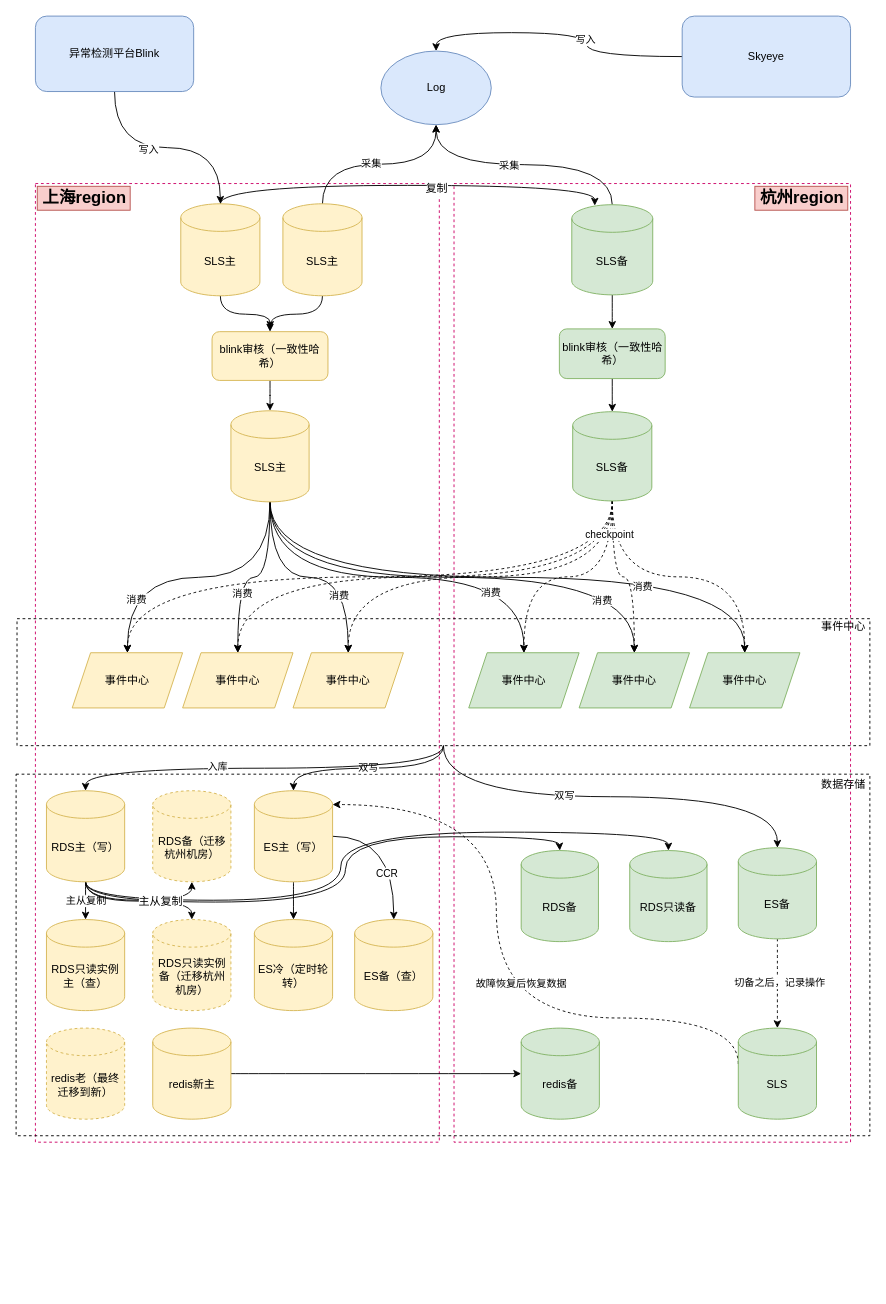
This is Untitled Diagram.drawio from vvangshaopeng/Test, a draw.io file, before an edit. Source tidied: cells renumbered, new cells numbered last; positions are measured from the earlier drawing's top-left corner, leaving out a move shared by most shapes. Both pictures are drawn from the tidied source at 92%, with x=0, y=0 at pixel (16, 16).
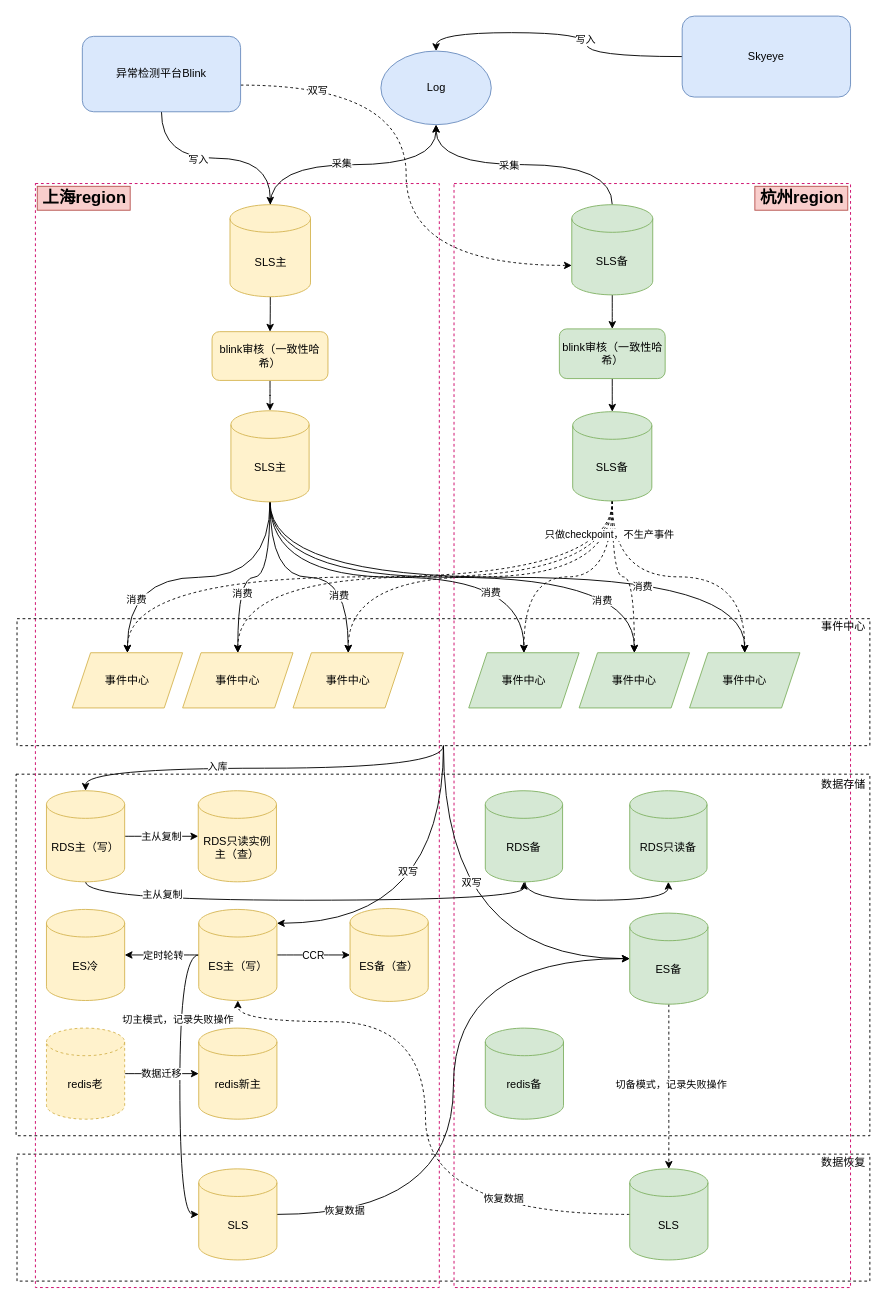
Above is the later version.

Commit message:
事件中心多单元.drawio

Unchanged cells that the change refers to:
```xml
<mxCell id="12" value="SLS备" style="shape=cylinder3;whiteSpace=wrap;html=1;boundedLbl=1;backgroundOutline=1;size=15;fillColor=#d5e8d4;strokeColor=#82b366;" parent="1" vertex="1">
  <mxGeometry x="604" y="205" width="88" height="98" as="geometry" />
</mxCell>
<mxCell id="42" style="edgeStyle=orthogonalEdgeStyle;curved=1;rounded=0;jettySize=auto;html=1;dashed=1;strokeWidth=1;exitX=0.5;exitY=1;exitDx=0;exitDy=0;exitPerimeter=0;" parent="1" edge="1" source="44" target="50">
  <mxGeometry relative="1" as="geometry" />
</mxCell>
<mxCell id="67" style="rounded=0;whiteSpace=wrap;html=1;fillColor=none;dashed=1;" parent="1" vertex="1">
  <mxGeometry x="1" y="655" width="927" height="138" as="geometry" />
</mxCell>
<mxCell id="72" style="edgeStyle=orthogonalEdgeStyle;curved=1;rounded=0;jettySize=auto;html=1;strokeWidth=1;" parent="1" edge="1" source="73" target="76">
  <mxGeometry relative="1" as="geometry" />
</mxCell>
```

Diff of the diagram source:
```diff
@@
+    <mxCell id="4" style="rounded=0;whiteSpace=wrap;html=1;fillColor=none;dashed=1;" parent="1" vertex="1">
+      <mxGeometry y="824" width="928" height="393" as="geometry" />
+    </mxCell>
+    <mxCell id="94" style="rounded=0;whiteSpace=wrap;html=1;fillColor=none;dashed=1;" parent="1" vertex="1">
+      <mxGeometry x="1" y="1237" width="927" height="138" as="geometry" />
+    </mxCell>
     <mxCell id="2" style="rounded=0;whiteSpace=wrap;html=1;fillColor=none;dashed=1;strokeColor=#CC0066;" parent="1" vertex="1">
-      <mxGeometry x="476" y="182" width="431" height="1042" as="geometry" />
+      <mxGeometry x="476" y="182" width="431" height="1200" as="geometry" />
     </mxCell>
     <mxCell id="3" style="rounded=0;whiteSpace=wrap;html=1;fillColor=none;dashed=1;strokeColor=#CC0066;" parent="1" vertex="1">
-      <mxGeometry x="21" y="182" width="439" height="1042" as="geometry" />
+      <mxGeometry x="21" y="182" width="439" height="1200" as="geometry" />
     </mxCell>
-    <mxCell id="4" style="rounded=0;whiteSpace=wrap;html=1;fillColor=none;dashed=1;" parent="1" vertex="1">
-      <mxGeometry y="824" width="928" height="393" as="geometry" />
-    </mxCell>
@@
     <mxCell id="8" value="SLS主" style="shape=cylinder3;whiteSpace=wrap;html=1;boundedLbl=1;backgroundOutline=1;size=15;fillColor=#fff2cc;strokeColor=#d6b656;" parent="1" vertex="1">
-      <mxGeometry x="290" y="204" width="86" height="100" as="geometry" />
+      <mxGeometry x="232.5" y="205" width="87.5" height="100" as="geometry" />
     </mxCell>
@@
-    <mxCell id="13" style="edgeStyle=orthogonalEdgeStyle;curved=1;rounded=0;jettySize=auto;html=1;entryX=0.5;entryY=0;entryDx=0;entryDy=0;entryPerimeter=0;" parent="1" edge="1" source="15" target="88">
+    <mxCell id="13" style="edgeStyle=orthogonalEdgeStyle;curved=1;rounded=0;jettySize=auto;html=1;entryX=0.5;entryY=0;entryDx=0;entryDy=0;entryPerimeter=0;exitX=0.5;exitY=1;exitDx=0;exitDy=0;" parent="1" edge="1" source="15" target="8">
       <mxGeometry relative="1" as="geometry" />
     </mxCell>
@@
+    <mxCell id="95" style="edgeStyle=orthogonalEdgeStyle;curved=1;rounded=0;jettySize=auto;html=1;entryX=0;entryY=0;entryDx=0;entryDy=66;entryPerimeter=0;dashed=1;" parent="1" edge="1" source="15" target="12">
+      <mxGeometry relative="1" as="geometry">
+        <Array as="points">
+          <mxPoint x="424" y="75" />
+          <mxPoint x="424" y="271" />
+        </Array>
+      </mxGeometry>
+    </mxCell>
+    <mxCell id="96" value="双写" style="edgeLabel;html=1;align=center;verticalAlign=middle;" parent="95" vertex="1">
+      <mxGeometry x="-0.7" y="-5" relative="1" as="geometry" />
+    </mxCell>
     <mxCell id="15" value="异常检测平台Blink" style="rounded=1;whiteSpace=wrap;html=1;fillColor=#dae8fc;strokeColor=#6c8ebf;" parent="1" vertex="1">
-      <mxGeometry x="21" width="172" height="82" as="geometry" />
+      <mxGeometry x="72" y="22" width="172" height="82" as="geometry" />
     </mxCell>
@@
-    <mxCell id="43" value="checkpoint" style="edgeLabel;html=1;align=center;verticalAlign=middle;" parent="42" vertex="1">
+    <mxCell id="43" value="只做checkpoint，不生产事件" style="edgeLabel;html=1;align=center;verticalAlign=middle;" parent="42" vertex="1">
       <mxGeometry x="-0.77" y="5" relative="1" as="geometry">
         <mxPoint x="-9" as="offset" />
       </mxGeometry>
     </mxCell>
@@
-    <mxCell id="52" style="edgeStyle=orthogonalEdgeStyle;curved=1;rounded=0;jettySize=auto;html=1;strokeWidth=1;" parent="1" edge="1" source="57" target="69">
-      <mxGeometry relative="1" as="geometry">
-        <Array as="points">
-          <mxPoint x="76" y="962" />
-          <mxPoint x="191" y="962" />
-        </Array>
-      </mxGeometry>
-    </mxCell>
-    <mxCell id="53" style="edgeStyle=orthogonalEdgeStyle;curved=1;rounded=0;jettySize=auto;html=1;entryX=0.5;entryY=1;entryDx=0;entryDy=0;entryPerimeter=0;strokeWidth=1;exitX=0.5;exitY=1;exitDx=0;exitDy=0;exitPerimeter=0;" parent="1" edge="1" source="57" target="59">
-      <mxGeometry relative="1" as="geometry" />
-    </mxCell>
-    <mxCell id="54" style="edgeStyle=orthogonalEdgeStyle;curved=1;rounded=0;jettySize=auto;html=1;exitX=0.5;exitY=1;exitDx=0;exitDy=0;exitPerimeter=0;entryX=0.5;entryY=0;entryDx=0;entryDy=0;entryPerimeter=0;strokeWidth=1;fontSize=18;" parent="1" edge="1" source="57" target="58">
-      <mxGeometry relative="1" as="geometry">
-        <Array as="points">
-          <mxPoint x="76" y="963" />
-          <mxPoint x="358" y="963" />
-          <mxPoint x="358" y="892" />
-          <mxPoint x="590" y="892" />
-        </Array>
-      </mxGeometry>
-    </mxCell>
-    <mxCell id="55" style="edgeStyle=orthogonalEdgeStyle;curved=1;rounded=0;jettySize=auto;html=1;entryX=0.5;entryY=0;entryDx=0;entryDy=0;entryPerimeter=0;strokeWidth=1;fontSize=18;exitX=0.5;exitY=1;exitDx=0;exitDy=0;exitPerimeter=0;" parent="1" edge="1" source="57" target="90">
-      <mxGeometry relative="1" as="geometry">
-        <Array as="points">
-          <mxPoint x="76" y="961" />
-          <mxPoint x="353" y="961" />
-          <mxPoint x="353" y="887" />
-          <mxPoint x="709" y="887" />
-        </Array>
-      </mxGeometry>
-    </mxCell>
-    <mxCell id="56" value="&lt;font style=&quot;font-size: 12px&quot;&gt;主从复制&lt;/font&gt;" style="edgeLabel;html=1;align=center;verticalAlign=middle;fontSize=18;" parent="55" vertex="1">
-      <mxGeometry x="-0.73" y="1" relative="1" as="geometry" />
-    </mxCell>
-    <mxCell id="57" value="RDS主（写）" style="shape=cylinder3;whiteSpace=wrap;html=1;boundedLbl=1;backgroundOutline=1;size=15;fillColor=#fff2cc;strokeColor=#d6b656;" parent="1" vertex="1">
-      <mxGeometry x="33" y="842" width="85" height="99" as="geometry" />
-    </mxCell>
+    <mxCell id="97" style="edgeStyle=orthogonalEdgeStyle;curved=1;rounded=0;jettySize=auto;html=1;entryX=0.5;entryY=1;entryDx=0;entryDy=0;entryPerimeter=0;" parent="1" edge="1" target="90">
+      <mxGeometry relative="1" as="geometry">
+        <mxPoint x="553" y="941" as="sourcePoint" />
+        <Array as="points">
+          <mxPoint x="553" y="961" />
+          <mxPoint x="709" y="961" />
+        </Array>
+      </mxGeometry>
+    </mxCell>
     <mxCell id="58" value="RDS备" style="shape=cylinder3;whiteSpace=wrap;html=1;boundedLbl=1;backgroundOutline=1;size=15;fillColor=#d5e8d4;strokeColor=#82b366;" parent="1" vertex="1">
-      <mxGeometry x="549" y="907" width="84" height="99" as="geometry" />
+      <mxGeometry x="510" y="842" width="84" height="99" as="geometry" />
     </mxCell>
-    <mxCell id="59" value="RDS备（迁移杭州机房）" style="shape=cylinder3;whiteSpace=wrap;html=1;boundedLbl=1;backgroundOutline=1;size=15;fillColor=#fff2cc;strokeColor=#d6b656;dashed=1;" parent="1" vertex="1">
-      <mxGeometry x="148.5" y="842" width="85" height="99" as="geometry" />
-    </mxCell>
     <mxCell id="60" value="RDS只读实例主（查）" style="shape=cylinder3;whiteSpace=wrap;html=1;boundedLbl=1;backgroundOutline=1;size=15;fillColor=#fff2cc;strokeColor=#d6b656;" parent="1" vertex="1">
-      <mxGeometry x="33" y="982" width="85" height="99" as="geometry" />
+      <mxGeometry x="198" y="842" width="85" height="99" as="geometry" />
     </mxCell>
-    <mxCell id="61" style="edgeStyle=orthogonalEdgeStyle;curved=1;rounded=0;jettySize=auto;html=1;strokeWidth=1;" parent="1" edge="1" source="67" target="73">
-      <mxGeometry relative="1" as="geometry" />
-    </mxCell>
-    <mxCell id="62" value="双写" style="edgeLabel;html=1;align=center;verticalAlign=middle;" parent="61" vertex="1">
-      <mxGeometry x="0.02" y="-1" relative="1" as="geometry">
-        <mxPoint x="1" as="offset" />
-      </mxGeometry>
-    </mxCell>
-    <mxCell id="63" style="edgeStyle=orthogonalEdgeStyle;curved=1;rounded=0;jettySize=auto;html=1;strokeWidth=1;" parent="1" edge="1" source="67" target="79">
-      <mxGeometry relative="1" as="geometry" />
-    </mxCell>
-    <mxCell id="64" value="双写" style="edgeLabel;html=1;align=center;verticalAlign=middle;" parent="63" vertex="1">
-      <mxGeometry x="-0.22" y="3" relative="1" as="geometry">
-        <mxPoint x="1" y="1" as="offset" />
-      </mxGeometry>
-    </mxCell>
@@
+    <mxCell id="63" style="edgeStyle=orthogonalEdgeStyle;curved=1;rounded=0;jettySize=auto;html=1;entryX=0;entryY=0.5;entryDx=0;entryDy=0;entryPerimeter=0;" parent="1" edge="1" source="67" target="79">
+      <mxGeometry relative="1" as="geometry" />
+    </mxCell>
+    <mxCell id="98" value="双写" style="edgeLabel;html=1;align=center;verticalAlign=middle;" parent="63" vertex="1">
+      <mxGeometry x="-0.32" y="30" relative="1" as="geometry" />
+    </mxCell>
+    <mxCell id="61" style="edgeStyle=orthogonalEdgeStyle;curved=1;rounded=0;jettySize=auto;html=1;entryX=1;entryY=0;entryDx=0;entryDy=15;entryPerimeter=0;" parent="1" edge="1" source="67" target="73">
+      <mxGeometry relative="1" as="geometry" />
+    </mxCell>
+    <mxCell id="99" value="双写" style="edgeLabel;html=1;align=center;verticalAlign=middle;" parent="61" vertex="1">
+      <mxGeometry x="-0.7" y="-1" relative="1" as="geometry">
+        <mxPoint x="-38.5" y="80.7" as="offset" />
+      </mxGeometry>
+    </mxCell>
@@
-    <mxCell id="69" value="RDS只读实例备（迁移杭州机房）" style="shape=cylinder3;whiteSpace=wrap;html=1;boundedLbl=1;backgroundOutline=1;size=15;fillColor=#fff2cc;strokeColor=#d6b656;dashed=1;" parent="1" vertex="1">
-      <mxGeometry x="148.5" y="982" width="85" height="99" as="geometry" />
-    </mxCell>
-    <mxCell id="70" style="edgeStyle=orthogonalEdgeStyle;curved=1;rounded=0;jettySize=auto;html=1;entryX=0.5;entryY=0;entryDx=0;entryDy=0;entryPerimeter=0;strokeWidth=1;" parent="1" edge="1" source="73" target="74">
+    <mxCell id="70" style="edgeStyle=orthogonalEdgeStyle;curved=1;rounded=0;jettySize=auto;html=1;entryX=0;entryY=0.5;entryDx=0;entryDy=0;entryPerimeter=0;strokeWidth=1;" parent="1" edge="1" source="73" target="74">
       <mxGeometry relative="1" as="geometry" />
     </mxCell>
     <mxCell id="71" value="CCR" style="edgeLabel;html=1;align=center;verticalAlign=middle;" parent="70" vertex="1">
       <mxGeometry x="-0.19" relative="1" as="geometry">
-        <mxPoint x="-6" y="39.5" as="offset" />
+        <mxPoint x="6.6" as="offset" />
       </mxGeometry>
     </mxCell>
@@
+    <mxCell id="100" value="定时轮转" style="edgeLabel;html=1;align=center;verticalAlign=middle;" parent="72" vertex="1">
+      <mxGeometry x="-0.02" y="1" relative="1" as="geometry">
+        <mxPoint y="-1" as="offset" />
+      </mxGeometry>
+    </mxCell>
+    <mxCell id="101" style="edgeStyle=orthogonalEdgeStyle;curved=1;rounded=0;jettySize=auto;html=1;entryX=0;entryY=0.5;entryDx=0;entryDy=0;entryPerimeter=0;" parent="1" edge="1" source="73" target="108">
+      <mxGeometry relative="1" as="geometry">
+        <Array as="points">
+          <mxPoint x="178" y="1021" />
+          <mxPoint x="178" y="1303" />
+        </Array>
+      </mxGeometry>
+    </mxCell>
+    <mxCell id="102" value="切主模式，记录失败操作" style="edgeLabel;html=1;align=center;verticalAlign=middle;" parent="101" vertex="1">
+      <mxGeometry x="-0.48" y="2" relative="1" as="geometry">
+        <mxPoint x="-5" y="6" as="offset" />
+      </mxGeometry>
+    </mxCell>
     <mxCell id="73" value="ES主（写）" style="shape=cylinder3;whiteSpace=wrap;html=1;boundedLbl=1;backgroundOutline=1;size=15;fillColor=#fff2cc;strokeColor=#d6b656;" parent="1" vertex="1">
-      <mxGeometry x="259" y="842" width="85" height="99" as="geometry" />
+      <mxGeometry x="198.5" y="971" width="85" height="99" as="geometry" />
     </mxCell>
     <mxCell id="74" value="ES备（查）" style="shape=cylinder3;whiteSpace=wrap;html=1;boundedLbl=1;backgroundOutline=1;size=15;fillColor=#fff2cc;strokeColor=#d6b656;" parent="1" vertex="1">
-      <mxGeometry x="368" y="982" width="85" height="99" as="geometry" />
+      <mxGeometry x="363" y="970" width="85" height="101" as="geometry" />
     </mxCell>
@@
-    <mxCell id="76" value="ES冷（定时轮转）" style="shape=cylinder3;whiteSpace=wrap;html=1;boundedLbl=1;backgroundOutline=1;size=15;fillColor=#fff2cc;strokeColor=#d6b656;" parent="1" vertex="1">
-      <mxGeometry x="259" y="982" width="85" height="99" as="geometry" />
+    <mxCell id="76" value="ES冷" style="shape=cylinder3;whiteSpace=wrap;html=1;boundedLbl=1;backgroundOutline=1;size=15;fillColor=#fff2cc;strokeColor=#d6b656;" parent="1" vertex="1">
+      <mxGeometry x="33" y="971" width="85" height="99" as="geometry" />
     </mxCell>
-    <mxCell id="77" style="edgeStyle=orthogonalEdgeStyle;rounded=0;jettySize=auto;html=1;curved=1;dashed=1;" parent="1" edge="1" source="79" target="93">
+    <mxCell id="77" style="edgeStyle=orthogonalEdgeStyle;rounded=0;jettySize=auto;html=1;curved=1;dashed=1;exitX=0.5;exitY=1;exitDx=0;exitDy=0;exitPerimeter=0;" parent="1" edge="1" source="79" target="93">
       <mxGeometry relative="1" as="geometry" />
     </mxCell>
-    <mxCell id="78" value="切备之后，记录操作" style="edgeLabel;html=1;align=center;verticalAlign=middle;" parent="77" vertex="1">
+    <mxCell id="78" value="切备模式，记录失败操作" style="edgeLabel;html=1;align=center;verticalAlign=middle;" parent="77" vertex="1">
       <mxGeometry x="-0.03" y="2" relative="1" as="geometry" />
     </mxCell>
     <mxCell id="79" value="ES备" style="shape=cylinder3;whiteSpace=wrap;html=1;boundedLbl=1;backgroundOutline=1;size=15;fillColor=#d5e8d4;strokeColor=#82b366;" parent="1" vertex="1">
-      <mxGeometry x="785" y="904" width="85" height="99" as="geometry" />
+      <mxGeometry x="667" y="975" width="85" height="99" as="geometry" />
     </mxCell>
@@
+    <mxCell id="103" value="数据迁移" style="edgeStyle=orthogonalEdgeStyle;curved=1;rounded=0;jettySize=auto;html=1;entryX=0;entryY=0.5;entryDx=0;entryDy=0;entryPerimeter=0;" parent="1" edge="1" source="82" target="84">
+      <mxGeometry relative="1" as="geometry" />
+    </mxCell>
-    <mxCell id="82" value="redis老（最终迁移到新）" style="shape=cylinder3;whiteSpace=wrap;html=1;boundedLbl=1;backgroundOutline=1;size=15;fillColor=#fff2cc;strokeColor=#d6b656;dashed=1;" parent="1" vertex="1">
+    <mxCell id="82" value="redis老" style="shape=cylinder3;whiteSpace=wrap;html=1;boundedLbl=1;backgroundOutline=1;size=15;fillColor=#fff2cc;strokeColor=#d6b656;dashed=1;" parent="1" vertex="1">
       <mxGeometry x="33" y="1100" width="85" height="99" as="geometry" />
     </mxCell>
-    <mxCell id="83" style="edgeStyle=orthogonalEdgeStyle;curved=1;rounded=0;jettySize=auto;html=1;strokeWidth=1;fontSize=18;" parent="1" edge="1" source="84" target="89">
-      <mxGeometry relative="1" as="geometry" />
-    </mxCell>
     <mxCell id="84" value="redis新主" style="shape=cylinder3;whiteSpace=wrap;html=1;boundedLbl=1;backgroundOutline=1;size=15;fillColor=#fff2cc;strokeColor=#d6b656;" parent="1" vertex="1">
-      <mxGeometry x="148.5" y="1100" width="85" height="99" as="geometry" />
+      <mxGeometry x="198.5" y="1100" width="85" height="99" as="geometry" />
     </mxCell>
-    <mxCell id="85" style="edgeStyle=orthogonalEdgeStyle;curved=1;rounded=0;jettySize=auto;html=1;exitX=0.5;exitY=1;exitDx=0;exitDy=0;exitPerimeter=0;strokeWidth=1;fontSize=18;" parent="1" edge="1" source="88">
-      <mxGeometry relative="1" as="geometry">
-        <mxPoint x="276" y="340" as="targetPoint" />
-      </mxGeometry>
-    </mxCell>
-    <mxCell id="86" style="edgeStyle=orthogonalEdgeStyle;curved=1;rounded=0;jettySize=auto;html=1;entryX=0.284;entryY=0.01;entryDx=0;entryDy=0;entryPerimeter=0;strokeWidth=1;fontSize=18;exitX=0.5;exitY=0;exitDx=0;exitDy=0;exitPerimeter=0;" parent="1" edge="1" source="88" target="12">
-      <mxGeometry relative="1" as="geometry" />
-    </mxCell>
-    <mxCell id="87" value="&lt;font style=&quot;font-size: 12px&quot;&gt;复制&lt;/font&gt;" style="edgeLabel;html=1;align=center;verticalAlign=middle;fontSize=18;" parent="86" vertex="1">
-      <mxGeometry x="0.13" y="-1" relative="1" as="geometry" />
-    </mxCell>
-    <mxCell id="88" value="SLS主" style="shape=cylinder3;whiteSpace=wrap;html=1;boundedLbl=1;backgroundOutline=1;size=15;fillColor=#fff2cc;strokeColor=#d6b656;" parent="1" vertex="1">
-      <mxGeometry x="179" y="204" width="86" height="100" as="geometry" />
-    </mxCell>
     <mxCell id="89" value="redis备" style="shape=cylinder3;whiteSpace=wrap;html=1;boundedLbl=1;backgroundOutline=1;size=15;fillColor=#d5e8d4;strokeColor=#82b366;" parent="1" vertex="1">
-      <mxGeometry x="549" y="1100" width="85" height="99" as="geometry" />
+      <mxGeometry x="510" y="1100" width="85" height="99" as="geometry" />
     </mxCell>
     <mxCell id="90" value="RDS只读备" style="shape=cylinder3;whiteSpace=wrap;html=1;boundedLbl=1;backgroundOutline=1;size=15;fillColor=#d5e8d4;strokeColor=#82b366;" parent="1" vertex="1">
-      <mxGeometry x="667" y="907" width="84" height="99" as="geometry" />
+      <mxGeometry x="667" y="842" width="84" height="99" as="geometry" />
     </mxCell>
-    <mxCell id="91" style="edgeStyle=orthogonalEdgeStyle;curved=1;rounded=0;jettySize=auto;html=1;entryX=1;entryY=0;entryDx=0;entryDy=15;entryPerimeter=0;exitX=0;exitY=0.394;exitDx=0;exitDy=0;exitPerimeter=0;dashed=1;" parent="1" edge="1" source="93" target="73">
+    <mxCell id="91" style="edgeStyle=orthogonalEdgeStyle;curved=1;rounded=0;jettySize=auto;html=1;entryX=0.5;entryY=1;entryDx=0;entryDy=0;entryPerimeter=0;dashed=1;" parent="1" edge="1" source="93" target="73">
       <mxGeometry relative="1" as="geometry">
         <Array as="points">
-          <mxPoint x="785" y="1089" />
-          <mxPoint x="522" y="1089" />
-          <mxPoint x="522" y="857" />
+          <mxPoint x="445" y="1303" />
+          <mxPoint x="445" y="1093" />
+          <mxPoint x="241" y="1093" />
         </Array>
       </mxGeometry>
     </mxCell>
-    <mxCell id="92" value="故障恢复后恢复数据" style="edgeLabel;html=1;align=center;verticalAlign=middle;" parent="91" vertex="1">
-      <mxGeometry x="-0.03" y="-26" relative="1" as="geometry" />
-    </mxCell>
+    <mxCell id="104" value="恢复数据" style="edgeLabel;html=1;align=center;verticalAlign=middle;" parent="91" vertex="1">
+      <mxGeometry x="-0.58" y="-17" relative="1" as="geometry" />
+    </mxCell>
     <mxCell id="93" value="SLS" style="shape=cylinder3;whiteSpace=wrap;html=1;boundedLbl=1;backgroundOutline=1;size=15;fillColor=#d5e8d4;strokeColor=#82b366;" parent="1" vertex="1">
-      <mxGeometry x="785" y="1100" width="85" height="99" as="geometry" />
+      <mxGeometry x="667" y="1253" width="85" height="99" as="geometry" />
     </mxCell>
+    <mxCell id="105" value="数据恢复" style="text;html=1;align=center;verticalAlign=middle;" parent="1" vertex="1">
+      <mxGeometry x="870" y="1237" width="58" height="18" as="geometry" />
+    </mxCell>
+    <mxCell id="54" style="edgeStyle=orthogonalEdgeStyle;curved=1;rounded=0;jettySize=auto;html=1;entryX=0.5;entryY=1;entryDx=0;entryDy=0;entryPerimeter=0;" parent="1" edge="1" source="57" target="58">
+      <mxGeometry relative="1" as="geometry">
+        <Array as="points">
+          <mxPoint x="76" y="961" />
+          <mxPoint x="552" y="961" />
+        </Array>
+      </mxGeometry>
+    </mxCell>
+    <mxCell id="56" value="主从复制" style="edgeLabel;html=1;align=center;verticalAlign=middle;" parent="54" vertex="1">
+      <mxGeometry x="-0.6" y="7" relative="1" as="geometry" />
+    </mxCell>
+    <mxCell id="57" value="RDS主（写）" style="shape=cylinder3;whiteSpace=wrap;html=1;boundedLbl=1;backgroundOutline=1;size=15;fillColor=#fff2cc;strokeColor=#d6b656;" parent="1" vertex="1">
+      <mxGeometry x="33" y="842" width="85" height="99" as="geometry" />
+    </mxCell>
+    <mxCell id="106" style="edgeStyle=orthogonalEdgeStyle;curved=1;rounded=0;jettySize=auto;html=1;entryX=0;entryY=0.5;entryDx=0;entryDy=0;entryPerimeter=0;" parent="1" edge="1" source="108" target="79">
+      <mxGeometry relative="1" as="geometry" />
+    </mxCell>
+    <mxCell id="107" value="恢复数据" style="edgeLabel;html=1;align=center;verticalAlign=middle;" parent="106" vertex="1">
+      <mxGeometry x="-0.78" y="4" relative="1" as="geometry" />
+    </mxCell>
+    <mxCell id="108" value="SLS" style="shape=cylinder3;whiteSpace=wrap;html=1;boundedLbl=1;backgroundOutline=1;size=15;fillColor=#fff2cc;strokeColor=#d6b656;" parent="1" vertex="1">
+      <mxGeometry x="198.5" y="1253" width="85" height="99" as="geometry" />
+    </mxCell>
```
